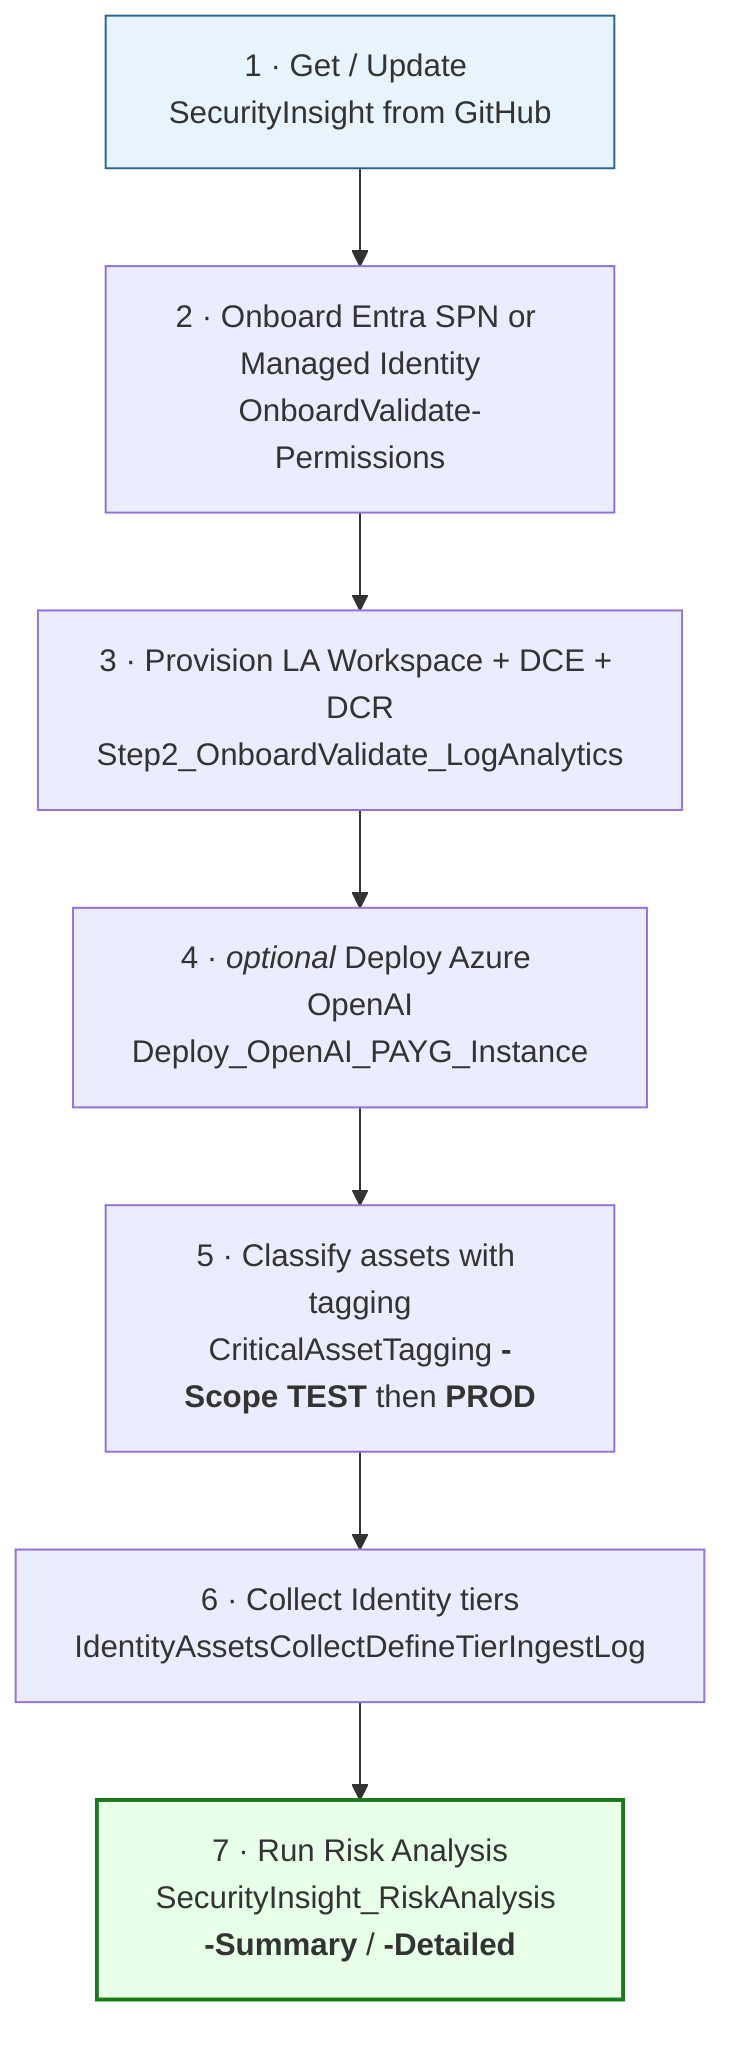
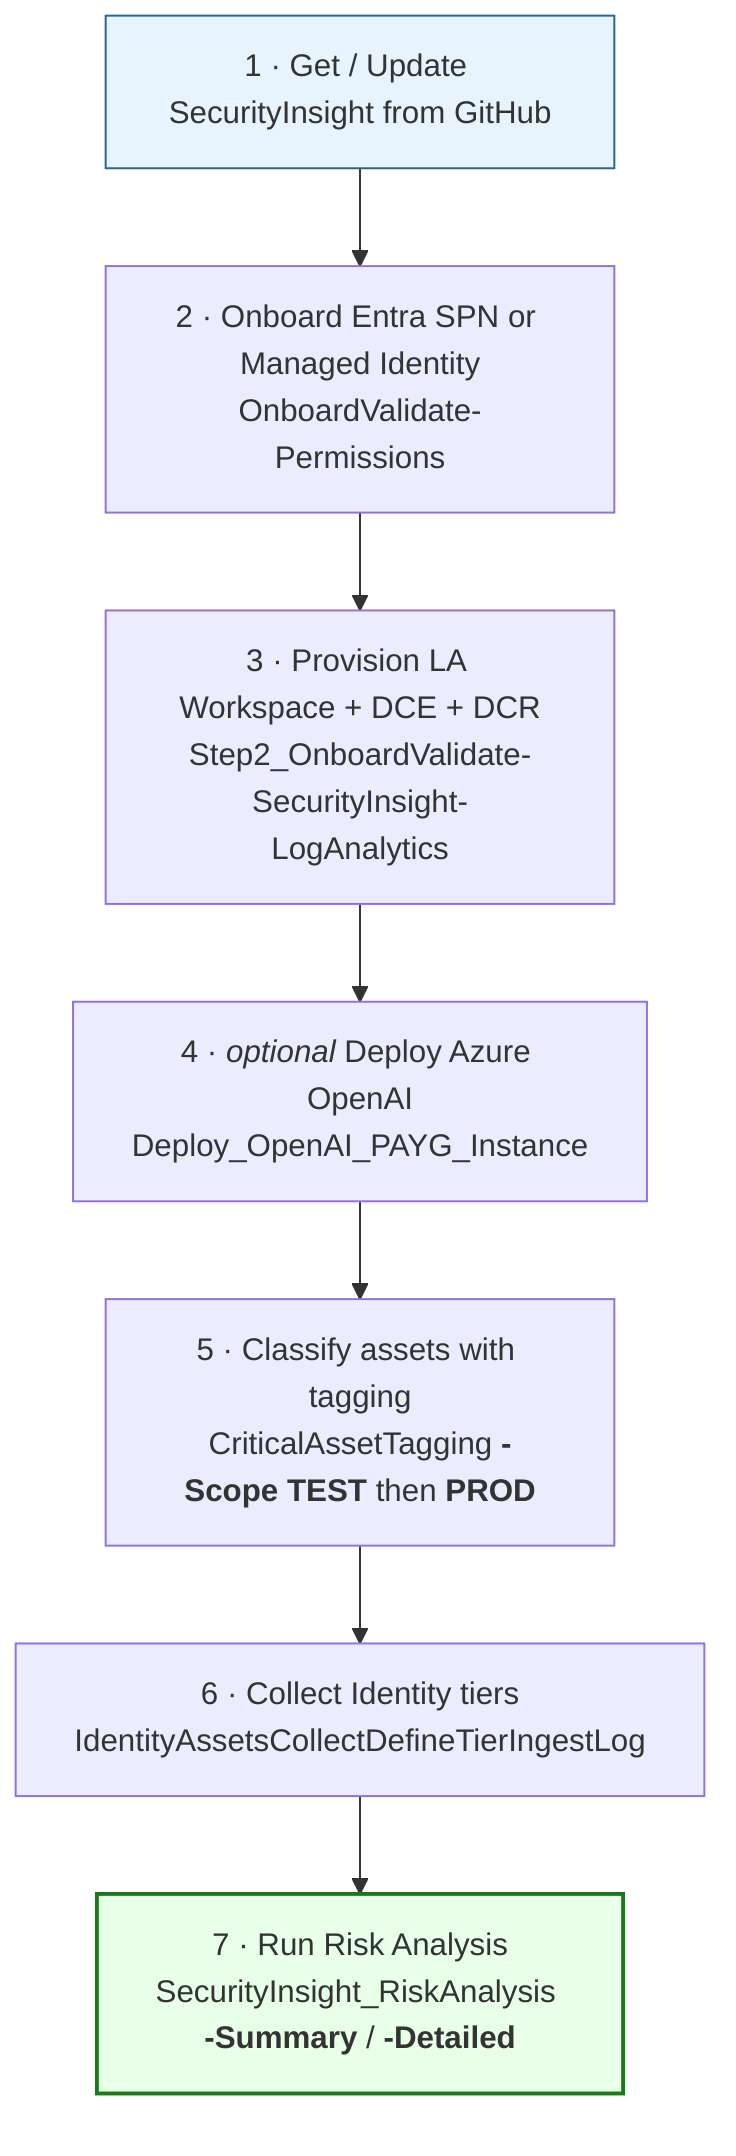
%% 7-step quick-start workflow: from GitHub download to running Risk Analysis.
%% Used in README § 3.1 (High-level overview).
flowchart TD
    S1[1 · Get / Update SecurityInsight from GitHub] --> S2[2 · Onboard Entra SPN or Managed Identity<br/>OnboardValidate-Permissions]
-     S2 --> S3[3 · Provision LA Workspace + DCE + DCR<br/>Step2_OnboardValidate_LogAnalytics]
+     S2 --> S3[3 · Provision LA Workspace + DCE + DCR<br/>Step2_OnboardValidate-SecurityInsight-LogAnalytics]
    S3 --> S4[4 · <i>optional</i> Deploy Azure OpenAI<br/>Deploy_OpenAI_PAYG_Instance]
    S4 --> S5[5 · Classify assets with tagging<br/>CriticalAssetTagging <b>-Scope TEST</b> then <b>PROD</b>]
    S5 --> S6[6 · Collect Identity tiers<br/>IdentityAssetsCollectDefineTierIngestLog]
    S6 --> S7[7 · Run Risk Analysis<br/>SecurityInsight_RiskAnalysis <b>-Summary</b> / <b>-Detailed</b>]
    style S1 fill:#e8f4fd,stroke:#2a6592
    style S7 fill:#e8ffe8,stroke:#1a7a1a,stroke-width:2px
